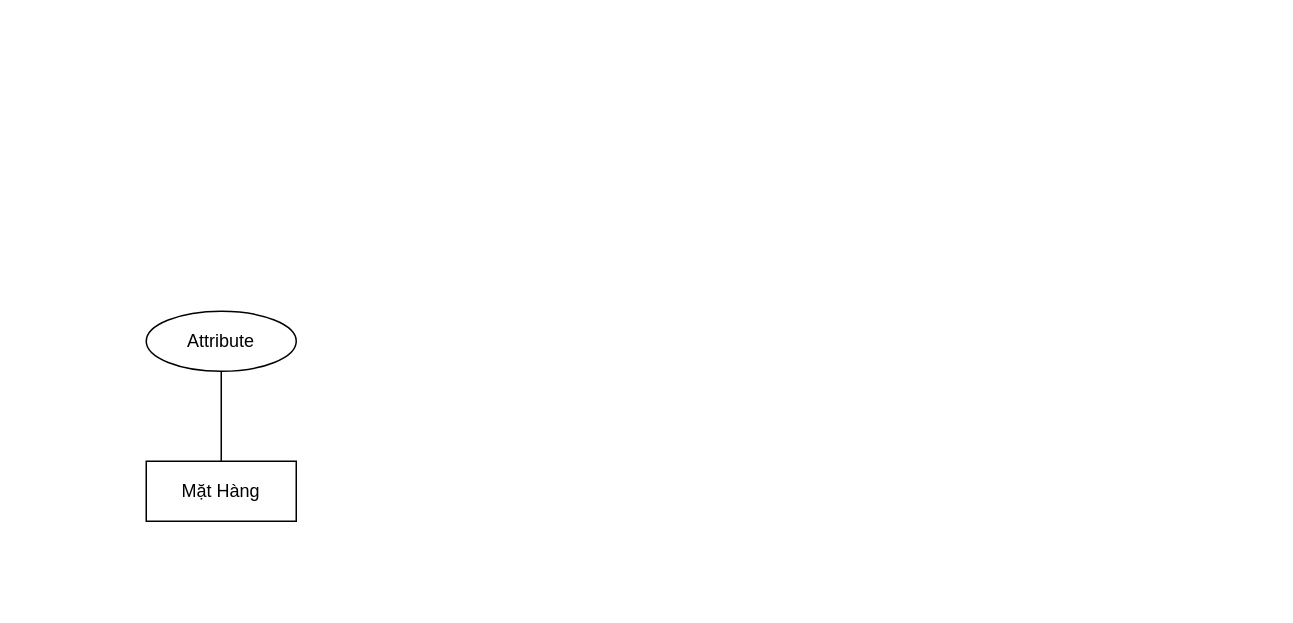
The draw.io diagram ERD.drawio in hoThanhThien/tkcsdl_HK_he, before the edit. Source tidied: cells renumbered, new cells numbered last; positions are measured from the earlier drawing's top-left corner, leaving out a move shared by most shapes. Both pictures are drawn from the tidied source at 150%, with x=0, y=0 at pixel (146, 310).
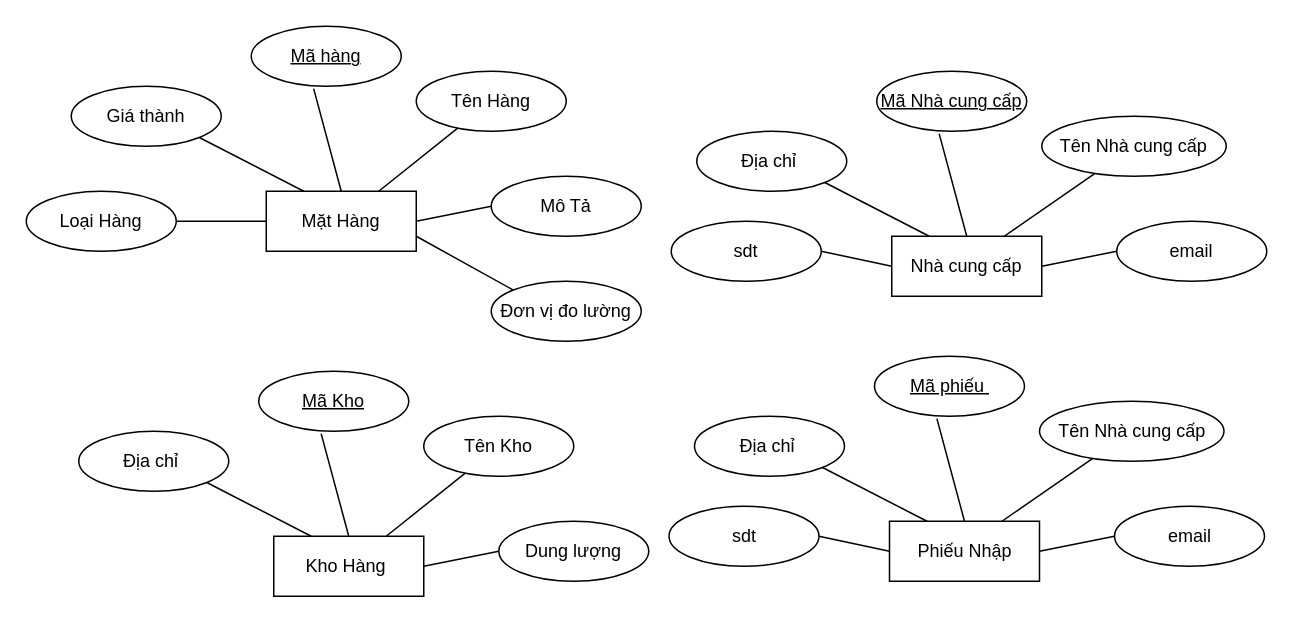
After the change.

Commit message (it also covers changes not shown here):
Cập nhật ERD.drawio

The edit, as a diff of the source:
```diff
@@
     <mxCell id="2" value="Mặt Hàng" style="whiteSpace=wrap;html=1;align=center;" parent="1" vertex="1">
-      <mxGeometry y="100" width="100" height="40" as="geometry" />
+      <mxGeometry x="80" y="-80" width="100" height="40" as="geometry" />
     </mxCell>
-    <mxCell id="3" style="endArrow=none;html=1;rounded=0;exitX=0.5;exitY=0;exitDx=0;exitDy=0;" parent="1" edge="1" source="2" target="4">
+    <mxCell id="3" style="endArrow=none;html=1;rounded=0;exitX=0.75;exitY=0;exitDx=0;exitDy=0;" parent="1" edge="1" source="2" target="4">
       <mxGeometry relative="1" as="geometry" />
     </mxCell>
-    <mxCell id="4" value="Attribute" style="ellipse;whiteSpace=wrap;html=1;align=center;" parent="1" vertex="1">
-      <mxGeometry width="100" height="40" as="geometry" />
+    <mxCell id="4" value="Tên Hàng" style="ellipse;whiteSpace=wrap;html=1;align=center;" parent="1" vertex="1">
+      <mxGeometry x="180" y="-160" width="100" height="40" as="geometry" />
     </mxCell>
+    <mxCell id="5" value="Mã hàng" style="ellipse;whiteSpace=wrap;html=1;align=center;fontStyle=4;" parent="1" vertex="1">
+      <mxGeometry x="70" y="-190" width="100" height="40" as="geometry" />
+    </mxCell>
+    <mxCell id="6" style="endArrow=none;html=1;rounded=0;exitX=0.416;exitY=1.04;exitDx=0;exitDy=0;exitPerimeter=0;entryX=0.5;entryY=0;entryDx=0;entryDy=0;" parent="1" edge="1" source="5" target="2">
+      <mxGeometry relative="1" as="geometry" />
+    </mxCell>
+    <mxCell id="7" value="Mô Tả" style="ellipse;whiteSpace=wrap;html=1;align=center;" parent="1" vertex="1">
+      <mxGeometry x="230" y="-90" width="100" height="40" as="geometry" />
+    </mxCell>
+    <mxCell id="8" style="endArrow=none;html=1;rounded=0;exitX=1;exitY=0.5;exitDx=0;exitDy=0;entryX=0;entryY=0.5;entryDx=0;entryDy=0;" parent="1" edge="1" source="2" target="7">
+      <mxGeometry relative="1" as="geometry" />
+    </mxCell>
+    <mxCell id="9" value="Đơn vị đo lường" style="ellipse;whiteSpace=wrap;html=1;align=center;" parent="1" vertex="1">
+      <mxGeometry x="230" y="-20" width="100" height="40" as="geometry" />
+    </mxCell>
+    <mxCell id="10" style="endArrow=none;html=1;rounded=0;exitX=1;exitY=0.75;exitDx=0;exitDy=0;entryX=0;entryY=0;entryDx=0;entryDy=0;" parent="1" edge="1" source="2" target="9">
+      <mxGeometry relative="1" as="geometry" />
+    </mxCell>
+    <mxCell id="11" value="Giá thành" style="ellipse;whiteSpace=wrap;html=1;align=center;" parent="1" vertex="1">
+      <mxGeometry x="-50" y="-150" width="100" height="40" as="geometry" />
+    </mxCell>
+    <mxCell id="12" style="endArrow=none;html=1;rounded=0;exitX=1;exitY=1;exitDx=0;exitDy=0;entryX=0.25;entryY=0;entryDx=0;entryDy=0;" parent="1" edge="1" source="11" target="2">
+      <mxGeometry relative="1" as="geometry" />
+    </mxCell>
+    <mxCell id="13" value="Loại Hàng" style="ellipse;whiteSpace=wrap;html=1;align=center;" parent="1" vertex="1">
+      <mxGeometry x="-80" y="-80" width="100" height="40" as="geometry" />
+    </mxCell>
+    <mxCell id="14" style="endArrow=none;html=1;rounded=0;exitX=1;exitY=0.5;exitDx=0;exitDy=0;entryX=0;entryY=0.5;entryDx=0;entryDy=0;" parent="1" edge="1" source="13" target="2">
+      <mxGeometry relative="1" as="geometry" />
+    </mxCell>
+    <mxCell id="15" value="Kho Hàng&amp;nbsp;" style="whiteSpace=wrap;html=1;align=center;" parent="1" vertex="1">
+      <mxGeometry x="85" y="150" width="100" height="40" as="geometry" />
+    </mxCell>
+    <mxCell id="16" style="endArrow=none;html=1;rounded=0;exitX=0.75;exitY=0;exitDx=0;exitDy=0;" parent="1" edge="1" source="15" target="17">
+      <mxGeometry relative="1" as="geometry" />
+    </mxCell>
+    <mxCell id="17" value="Tên Kho" style="ellipse;whiteSpace=wrap;html=1;align=center;" parent="1" vertex="1">
+      <mxGeometry x="185" y="70" width="100" height="40" as="geometry" />
+    </mxCell>
+    <mxCell id="18" value="Mã Kho" style="ellipse;whiteSpace=wrap;html=1;align=center;fontStyle=4;" parent="1" vertex="1">
+      <mxGeometry x="75" y="40" width="100" height="40" as="geometry" />
+    </mxCell>
+    <mxCell id="19" style="endArrow=none;html=1;rounded=0;exitX=0.416;exitY=1.04;exitDx=0;exitDy=0;exitPerimeter=0;entryX=0.5;entryY=0;entryDx=0;entryDy=0;" parent="1" edge="1" source="18" target="15">
+      <mxGeometry relative="1" as="geometry" />
+    </mxCell>
+    <mxCell id="20" value="Dung lượng" style="ellipse;whiteSpace=wrap;html=1;align=center;" parent="1" vertex="1">
+      <mxGeometry x="235" y="140" width="100" height="40" as="geometry" />
+    </mxCell>
+    <mxCell id="21" style="endArrow=none;html=1;rounded=0;exitX=1;exitY=0.5;exitDx=0;exitDy=0;entryX=0;entryY=0.5;entryDx=0;entryDy=0;" parent="1" edge="1" source="15" target="20">
+      <mxGeometry relative="1" as="geometry" />
+    </mxCell>
+    <mxCell id="22" value="Địa chỉ&amp;nbsp;" style="ellipse;whiteSpace=wrap;html=1;align=center;" parent="1" vertex="1">
+      <mxGeometry x="-45" y="80" width="100" height="40" as="geometry" />
+    </mxCell>
+    <mxCell id="23" style="endArrow=none;html=1;rounded=0;exitX=1;exitY=1;exitDx=0;exitDy=0;entryX=0.25;entryY=0;entryDx=0;entryDy=0;" parent="1" edge="1" source="22" target="15">
+      <mxGeometry relative="1" as="geometry" />
+    </mxCell>
+    <mxCell id="24" value="Nhà cung cấp" style="whiteSpace=wrap;html=1;align=center;" parent="1" vertex="1">
+      <mxGeometry x="497" y="-50" width="100" height="40" as="geometry" />
+    </mxCell>
+    <mxCell id="25" style="endArrow=none;html=1;rounded=0;exitX=0.75;exitY=0;exitDx=0;exitDy=0;" parent="1" edge="1" source="24" target="26">
+      <mxGeometry relative="1" as="geometry" />
+    </mxCell>
+    <mxCell id="26" value="Tên Nhà cung cấp" style="ellipse;whiteSpace=wrap;html=1;align=center;" parent="1" vertex="1">
+      <mxGeometry x="597" y="-130" width="123" height="40" as="geometry" />
+    </mxCell>
+    <mxCell id="27" value="Mã Nhà cung cấp" style="ellipse;whiteSpace=wrap;html=1;align=center;fontStyle=4;" parent="1" vertex="1">
+      <mxGeometry x="487" y="-160" width="100" height="40" as="geometry" />
+    </mxCell>
+    <mxCell id="28" style="endArrow=none;html=1;rounded=0;exitX=0.416;exitY=1.04;exitDx=0;exitDy=0;exitPerimeter=0;entryX=0.5;entryY=0;entryDx=0;entryDy=0;" parent="1" edge="1" source="27" target="24">
+      <mxGeometry relative="1" as="geometry" />
+    </mxCell>
+    <mxCell id="29" value="email" style="ellipse;whiteSpace=wrap;html=1;align=center;" parent="1" vertex="1">
+      <mxGeometry x="647" y="-60" width="100" height="40" as="geometry" />
+    </mxCell>
+    <mxCell id="30" style="endArrow=none;html=1;rounded=0;exitX=1;exitY=0.5;exitDx=0;exitDy=0;entryX=0;entryY=0.5;entryDx=0;entryDy=0;" parent="1" edge="1" source="24" target="29">
+      <mxGeometry relative="1" as="geometry" />
+    </mxCell>
+    <mxCell id="31" value="Địa chỉ&amp;nbsp;" style="ellipse;whiteSpace=wrap;html=1;align=center;" parent="1" vertex="1">
+      <mxGeometry x="367" y="-120" width="100" height="40" as="geometry" />
+    </mxCell>
+    <mxCell id="32" style="endArrow=none;html=1;rounded=0;exitX=1;exitY=1;exitDx=0;exitDy=0;entryX=0.25;entryY=0;entryDx=0;entryDy=0;" parent="1" edge="1" source="31" target="24">
+      <mxGeometry relative="1" as="geometry" />
+    </mxCell>
+    <mxCell id="33" value="sdt" style="ellipse;whiteSpace=wrap;html=1;align=center;" parent="1" vertex="1">
+      <mxGeometry x="350" y="-60" width="100" height="40" as="geometry" />
+    </mxCell>
+    <mxCell id="34" style="endArrow=none;html=1;rounded=0;exitX=1;exitY=0.5;exitDx=0;exitDy=0;entryX=0;entryY=0.5;entryDx=0;entryDy=0;" parent="1" edge="1" source="33" target="24">
+      <mxGeometry relative="1" as="geometry" />
+    </mxCell>
+    <mxCell id="35" value="Phiếu Nhập" style="whiteSpace=wrap;html=1;align=center;" parent="1" vertex="1">
+      <mxGeometry x="495.5" y="140" width="100" height="40" as="geometry" />
+    </mxCell>
+    <mxCell id="36" style="endArrow=none;html=1;rounded=0;exitX=0.75;exitY=0;exitDx=0;exitDy=0;" parent="1" edge="1" source="35" target="37">
+      <mxGeometry relative="1" as="geometry" />
+    </mxCell>
+    <mxCell id="37" value="Tên Nhà cung cấp" style="ellipse;whiteSpace=wrap;html=1;align=center;" parent="1" vertex="1">
+      <mxGeometry x="595.5" y="60" width="123" height="40" as="geometry" />
+    </mxCell>
+    <mxCell id="38" value="Mã phiếu&amp;nbsp;" style="ellipse;whiteSpace=wrap;html=1;align=center;fontStyle=4;" parent="1" vertex="1">
+      <mxGeometry x="485.5" y="30" width="100" height="40" as="geometry" />
+    </mxCell>
+    <mxCell id="39" style="endArrow=none;html=1;rounded=0;exitX=0.416;exitY=1.04;exitDx=0;exitDy=0;exitPerimeter=0;entryX=0.5;entryY=0;entryDx=0;entryDy=0;" parent="1" edge="1" source="38" target="35">
+      <mxGeometry relative="1" as="geometry" />
+    </mxCell>
+    <mxCell id="40" value="email" style="ellipse;whiteSpace=wrap;html=1;align=center;" parent="1" vertex="1">
+      <mxGeometry x="645.5" y="130" width="100" height="40" as="geometry" />
+    </mxCell>
+    <mxCell id="41" style="endArrow=none;html=1;rounded=0;exitX=1;exitY=0.5;exitDx=0;exitDy=0;entryX=0;entryY=0.5;entryDx=0;entryDy=0;" parent="1" edge="1" source="35" target="40">
+      <mxGeometry relative="1" as="geometry" />
+    </mxCell>
+    <mxCell id="42" value="Địa chỉ&amp;nbsp;" style="ellipse;whiteSpace=wrap;html=1;align=center;" parent="1" vertex="1">
+      <mxGeometry x="365.5" y="70" width="100" height="40" as="geometry" />
+    </mxCell>
+    <mxCell id="43" style="endArrow=none;html=1;rounded=0;exitX=1;exitY=1;exitDx=0;exitDy=0;entryX=0.25;entryY=0;entryDx=0;entryDy=0;" parent="1" edge="1" source="42" target="35">
+      <mxGeometry relative="1" as="geometry" />
+    </mxCell>
+    <mxCell id="44" value="sdt" style="ellipse;whiteSpace=wrap;html=1;align=center;" parent="1" vertex="1">
+      <mxGeometry x="348.5" y="130" width="100" height="40" as="geometry" />
+    </mxCell>
+    <mxCell id="45" style="endArrow=none;html=1;rounded=0;exitX=1;exitY=0.5;exitDx=0;exitDy=0;entryX=0;entryY=0.5;entryDx=0;entryDy=0;" parent="1" edge="1" source="44" target="35">
+      <mxGeometry relative="1" as="geometry" />
+    </mxCell>
```
